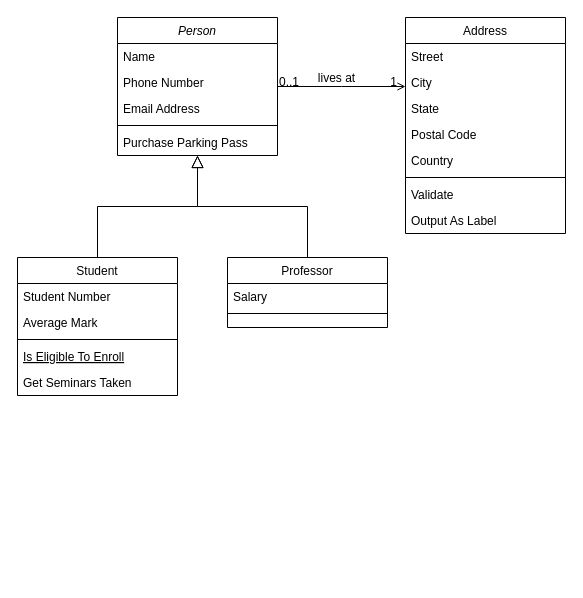
This is Untitled Diagram.drawio from mindh77/A-Star-Algorithm, a draw.io file, before an edit. Source tidied: cells renumbered, new cells numbered last; positions are measured from the earlier drawing's top-left corner, leaving out a move shared by most shapes. Both pictures are drawn from the tidied source at 100%, with x=0, y=0 at pixel (17, 17).
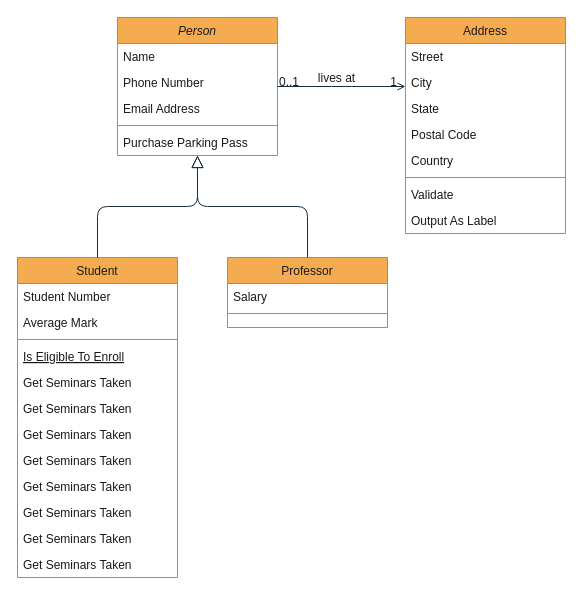
Above is the later version.

The edit, as a diff of the source:
```diff
@@
-    <mxCell id="2" value="Person" style="swimlane;fontStyle=2;align=center;verticalAlign=top;horizontal=1;startSize=26;rounded=0;shadow=0;strokeWidth=1;" parent="1" vertex="1">
+    <mxCell id="2" value="Person" style="swimlane;fontStyle=2;align=center;verticalAlign=top;horizontal=1;startSize=26;shadow=0;strokeWidth=1;fillColor=#F5AB50;strokeColor=#909090;fontColor=#1A1A1A;" parent="1" vertex="1">
       <mxGeometry x="100" width="160" height="138" as="geometry" />
     </mxCell>
-    <mxCell id="3" value="Name" style="text;align=left;verticalAlign=top;spacingLeft=4;spacingRight=4;overflow=hidden;" parent="2" vertex="1">
+    <mxCell id="3" value="Name" style="text;align=left;verticalAlign=top;spacingLeft=4;spacingRight=4;overflow=hidden;fontColor=#1A1A1A;" parent="2" vertex="1">
       <mxGeometry y="26" width="160" height="26" as="geometry" />
     </mxCell>
-    <mxCell id="4" value="Phone Number" style="text;align=left;verticalAlign=top;spacingLeft=4;spacingRight=4;overflow=hidden;rounded=0;shadow=0;html=0;" parent="2" vertex="1">
+    <mxCell id="4" value="Phone Number" style="text;align=left;verticalAlign=top;spacingLeft=4;spacingRight=4;overflow=hidden;shadow=0;html=0;fontColor=#1A1A1A;" parent="2" vertex="1">
       <mxGeometry y="52" width="160" height="26" as="geometry" />
     </mxCell>
-    <mxCell id="5" value="Email Address" style="text;align=left;verticalAlign=top;spacingLeft=4;spacingRight=4;overflow=hidden;rounded=0;shadow=0;html=0;" parent="2" vertex="1">
+    <mxCell id="5" value="Email Address" style="text;align=left;verticalAlign=top;spacingLeft=4;spacingRight=4;overflow=hidden;shadow=0;html=0;fontColor=#1A1A1A;" parent="2" vertex="1">
       <mxGeometry y="78" width="160" height="26" as="geometry" />
     </mxCell>
-    <mxCell id="6" style="line;html=1;strokeWidth=1;align=left;verticalAlign=middle;spacingTop=-1;spacingLeft=3;spacingRight=3;labelPosition=right;" parent="2" vertex="1">
+    <mxCell id="6" style="line;html=1;strokeWidth=1;align=left;verticalAlign=middle;spacingTop=-1;spacingLeft=3;spacingRight=3;labelPosition=right;fillColor=#F5AB50;strokeColor=#909090;fontColor=#1A1A1A;labelBackgroundColor=#EEEEEE;" parent="2" vertex="1">
       <mxGeometry y="104" width="160" height="8" as="geometry" />
     </mxCell>
-    <mxCell id="7" value="Purchase Parking Pass" style="text;align=left;verticalAlign=top;spacingLeft=4;spacingRight=4;overflow=hidden;" parent="2" vertex="1">
+    <mxCell id="7" value="Purchase Parking Pass" style="text;align=left;verticalAlign=top;spacingLeft=4;spacingRight=4;overflow=hidden;fontColor=#1A1A1A;" parent="2" vertex="1">
       <mxGeometry y="112" width="160" height="26" as="geometry" />
     </mxCell>
-    <mxCell id="8" value="Student" style="swimlane;fontStyle=0;align=center;verticalAlign=top;horizontal=1;startSize=26;rounded=0;shadow=0;strokeWidth=1;" parent="1" vertex="1">
-      <mxGeometry y="240" width="160" height="138" as="geometry" />
+    <mxCell id="8" value="Student" style="swimlane;fontStyle=0;align=center;verticalAlign=top;horizontal=1;startSize=26;shadow=0;strokeWidth=1;fillColor=#F5AB50;strokeColor=#909090;fontColor=#1A1A1A;" parent="1" vertex="1">
+      <mxGeometry y="240" width="160" height="320" as="geometry" />
     </mxCell>
-    <mxCell id="9" value="Student Number" style="text;align=left;verticalAlign=top;spacingLeft=4;spacingRight=4;overflow=hidden;" parent="8" vertex="1">
+    <mxCell id="9" value="Student Number" style="text;align=left;verticalAlign=top;spacingLeft=4;spacingRight=4;overflow=hidden;fontColor=#1A1A1A;" parent="8" vertex="1">
       <mxGeometry y="26" width="160" height="26" as="geometry" />
     </mxCell>
-    <mxCell id="10" value="Average Mark" style="text;align=left;verticalAlign=top;spacingLeft=4;spacingRight=4;overflow=hidden;rounded=0;shadow=0;html=0;" parent="8" vertex="1">
+    <mxCell id="10" value="Average Mark" style="text;align=left;verticalAlign=top;spacingLeft=4;spacingRight=4;overflow=hidden;shadow=0;html=0;fontColor=#1A1A1A;" parent="8" vertex="1">
       <mxGeometry y="52" width="160" height="26" as="geometry" />
     </mxCell>
-    <mxCell id="11" style="line;html=1;strokeWidth=1;align=left;verticalAlign=middle;spacingTop=-1;spacingLeft=3;spacingRight=3;labelPosition=right;" parent="8" vertex="1">
+    <mxCell id="11" style="line;html=1;strokeWidth=1;align=left;verticalAlign=middle;spacingTop=-1;spacingLeft=3;spacingRight=3;labelPosition=right;fillColor=#F5AB50;strokeColor=#909090;fontColor=#1A1A1A;labelBackgroundColor=#EEEEEE;" parent="8" vertex="1">
       <mxGeometry y="78" width="160" height="8" as="geometry" />
     </mxCell>
-    <mxCell id="12" value="Is Eligible To Enroll" style="text;align=left;verticalAlign=top;spacingLeft=4;spacingRight=4;overflow=hidden;fontStyle=4;" parent="8" vertex="1">
+    <mxCell id="12" value="Is Eligible To Enroll" style="text;align=left;verticalAlign=top;spacingLeft=4;spacingRight=4;overflow=hidden;fontStyle=4;fontColor=#1A1A1A;" parent="8" vertex="1">
       <mxGeometry y="86" width="160" height="26" as="geometry" />
     </mxCell>
-    <mxCell id="13" value="Get Seminars Taken" style="text;align=left;verticalAlign=top;spacingLeft=4;spacingRight=4;overflow=hidden;" parent="8" vertex="1">
+    <mxCell id="13" value="Get Seminars Taken" style="text;align=left;verticalAlign=top;spacingLeft=4;spacingRight=4;overflow=hidden;fontColor=#1A1A1A;" parent="8" vertex="1">
       <mxGeometry y="112" width="160" height="26" as="geometry" />
     </mxCell>
+    <mxCell id="32" value="Get Seminars Taken" style="text;align=left;verticalAlign=top;spacingLeft=4;spacingRight=4;overflow=hidden;fontColor=#1A1A1A;" parent="8" vertex="1">
+      <mxGeometry y="138" width="160" height="26" as="geometry" />
+    </mxCell>
+    <mxCell id="33" value="Get Seminars Taken" style="text;align=left;verticalAlign=top;spacingLeft=4;spacingRight=4;overflow=hidden;fontColor=#1A1A1A;" parent="8" vertex="1">
+      <mxGeometry y="164" width="160" height="26" as="geometry" />
+    </mxCell>
+    <mxCell id="34" value="Get Seminars Taken" style="text;align=left;verticalAlign=top;spacingLeft=4;spacingRight=4;overflow=hidden;fontColor=#1A1A1A;" parent="8" vertex="1">
+      <mxGeometry y="190" width="160" height="26" as="geometry" />
+    </mxCell>
+    <mxCell id="35" value="Get Seminars Taken" style="text;align=left;verticalAlign=top;spacingLeft=4;spacingRight=4;overflow=hidden;fontColor=#1A1A1A;" parent="8" vertex="1">
+      <mxGeometry y="216" width="160" height="26" as="geometry" />
+    </mxCell>
+    <mxCell id="36" value="Get Seminars Taken" style="text;align=left;verticalAlign=top;spacingLeft=4;spacingRight=4;overflow=hidden;fontColor=#1A1A1A;" parent="8" vertex="1">
+      <mxGeometry y="242" width="160" height="26" as="geometry" />
+    </mxCell>
+    <mxCell id="37" value="Get Seminars Taken" style="text;align=left;verticalAlign=top;spacingLeft=4;spacingRight=4;overflow=hidden;fontColor=#1A1A1A;" parent="8" vertex="1">
+      <mxGeometry y="268" width="160" height="26" as="geometry" />
+    </mxCell>
+    <mxCell id="38" value="Get Seminars Taken" style="text;align=left;verticalAlign=top;spacingLeft=4;spacingRight=4;overflow=hidden;fontColor=#1A1A1A;" parent="8" vertex="1">
+      <mxGeometry y="294" width="160" height="26" as="geometry" />
+    </mxCell>
-    <mxCell id="14" style="endArrow=block;endSize=10;endFill=0;shadow=0;strokeWidth=1;rounded=0;edgeStyle=elbowEdgeStyle;elbow=vertical;" parent="1" edge="1" source="8" target="2">
+    <mxCell id="14" style="endArrow=block;endSize=10;endFill=0;shadow=0;strokeWidth=1;edgeStyle=elbowEdgeStyle;elbow=vertical;strokeColor=#182E3E;fontColor=#1A1A1A;labelBackgroundColor=#EEEEEE;" parent="1" edge="1" source="8" target="2">
       <mxGeometry relative="1" as="geometry" />
     </mxCell>
-    <mxCell id="15" value="Professor" style="swimlane;fontStyle=0;align=center;verticalAlign=top;horizontal=1;startSize=26;rounded=0;shadow=0;strokeWidth=1;" parent="1" vertex="1">
+    <mxCell id="15" value="Professor" style="swimlane;fontStyle=0;align=center;verticalAlign=top;horizontal=1;startSize=26;shadow=0;strokeWidth=1;fillColor=#F5AB50;strokeColor=#909090;fontColor=#1A1A1A;" parent="1" vertex="1">
       <mxGeometry x="210" y="240" width="160" height="70" as="geometry" />
     </mxCell>
-    <mxCell id="16" value="Salary" style="text;align=left;verticalAlign=top;spacingLeft=4;spacingRight=4;overflow=hidden;" parent="15" vertex="1">
+    <mxCell id="16" value="Salary" style="text;align=left;verticalAlign=top;spacingLeft=4;spacingRight=4;overflow=hidden;fontColor=#1A1A1A;" parent="15" vertex="1">
       <mxGeometry y="26" width="160" height="26" as="geometry" />
     </mxCell>
-    <mxCell id="17" style="line;html=1;strokeWidth=1;align=left;verticalAlign=middle;spacingTop=-1;spacingLeft=3;spacingRight=3;labelPosition=right;" parent="15" vertex="1">
+    <mxCell id="17" style="line;html=1;strokeWidth=1;align=left;verticalAlign=middle;spacingTop=-1;spacingLeft=3;spacingRight=3;labelPosition=right;fillColor=#F5AB50;strokeColor=#909090;fontColor=#1A1A1A;labelBackgroundColor=#EEEEEE;" parent="15" vertex="1">
       <mxGeometry y="52" width="160" height="8" as="geometry" />
     </mxCell>
-    <mxCell id="18" style="endArrow=block;endSize=10;endFill=0;shadow=0;strokeWidth=1;rounded=0;edgeStyle=elbowEdgeStyle;elbow=vertical;" parent="1" edge="1" source="15" target="2">
+    <mxCell id="18" style="endArrow=block;endSize=10;endFill=0;shadow=0;strokeWidth=1;edgeStyle=elbowEdgeStyle;elbow=vertical;strokeColor=#182E3E;fontColor=#1A1A1A;labelBackgroundColor=#EEEEEE;" parent="1" edge="1" source="15" target="2">
       <mxGeometry relative="1" as="geometry" />
     </mxCell>
-    <mxCell id="19" value="Address" style="swimlane;fontStyle=0;align=center;verticalAlign=top;horizontal=1;startSize=26;rounded=0;shadow=0;strokeWidth=1;" parent="1" vertex="1">
+    <mxCell id="19" value="Address" style="swimlane;fontStyle=0;align=center;verticalAlign=top;horizontal=1;startSize=26;shadow=0;strokeWidth=1;fillColor=#F5AB50;strokeColor=#909090;fontColor=#1A1A1A;" parent="1" vertex="1">
       <mxGeometry x="388" width="160" height="216" as="geometry" />
     </mxCell>
-    <mxCell id="20" value="Street" style="text;align=left;verticalAlign=top;spacingLeft=4;spacingRight=4;overflow=hidden;" parent="19" vertex="1">
+    <mxCell id="20" value="Street" style="text;align=left;verticalAlign=top;spacingLeft=4;spacingRight=4;overflow=hidden;fontColor=#1A1A1A;" parent="19" vertex="1">
       <mxGeometry y="26" width="160" height="26" as="geometry" />
     </mxCell>
-    <mxCell id="21" value="City" style="text;align=left;verticalAlign=top;spacingLeft=4;spacingRight=4;overflow=hidden;rounded=0;shadow=0;html=0;" parent="19" vertex="1">
+    <mxCell id="21" value="City" style="text;align=left;verticalAlign=top;spacingLeft=4;spacingRight=4;overflow=hidden;shadow=0;html=0;fontColor=#1A1A1A;" parent="19" vertex="1">
       <mxGeometry y="52" width="160" height="26" as="geometry" />
     </mxCell>
-    <mxCell id="22" value="State" style="text;align=left;verticalAlign=top;spacingLeft=4;spacingRight=4;overflow=hidden;rounded=0;shadow=0;html=0;" parent="19" vertex="1">
+    <mxCell id="22" value="State" style="text;align=left;verticalAlign=top;spacingLeft=4;spacingRight=4;overflow=hidden;shadow=0;html=0;fontColor=#1A1A1A;" parent="19" vertex="1">
       <mxGeometry y="78" width="160" height="26" as="geometry" />
     </mxCell>
-    <mxCell id="23" value="Postal Code" style="text;align=left;verticalAlign=top;spacingLeft=4;spacingRight=4;overflow=hidden;rounded=0;shadow=0;html=0;" parent="19" vertex="1">
+    <mxCell id="23" value="Postal Code" style="text;align=left;verticalAlign=top;spacingLeft=4;spacingRight=4;overflow=hidden;shadow=0;html=0;fontColor=#1A1A1A;" parent="19" vertex="1">
       <mxGeometry y="104" width="160" height="26" as="geometry" />
     </mxCell>
-    <mxCell id="24" value="Country" style="text;align=left;verticalAlign=top;spacingLeft=4;spacingRight=4;overflow=hidden;rounded=0;shadow=0;html=0;" parent="19" vertex="1">
+    <mxCell id="24" value="Country" style="text;align=left;verticalAlign=top;spacingLeft=4;spacingRight=4;overflow=hidden;shadow=0;html=0;fontColor=#1A1A1A;" parent="19" vertex="1">
       <mxGeometry y="130" width="160" height="26" as="geometry" />
     </mxCell>
-    <mxCell id="25" style="line;html=1;strokeWidth=1;align=left;verticalAlign=middle;spacingTop=-1;spacingLeft=3;spacingRight=3;labelPosition=right;" parent="19" vertex="1">
+    <mxCell id="25" style="line;html=1;strokeWidth=1;align=left;verticalAlign=middle;spacingTop=-1;spacingLeft=3;spacingRight=3;labelPosition=right;fillColor=#F5AB50;strokeColor=#909090;fontColor=#1A1A1A;labelBackgroundColor=#EEEEEE;" parent="19" vertex="1">
       <mxGeometry y="156" width="160" height="8" as="geometry" />
     </mxCell>
-    <mxCell id="26" value="Validate" style="text;align=left;verticalAlign=top;spacingLeft=4;spacingRight=4;overflow=hidden;" parent="19" vertex="1">
+    <mxCell id="26" value="Validate" style="text;align=left;verticalAlign=top;spacingLeft=4;spacingRight=4;overflow=hidden;fontColor=#1A1A1A;" parent="19" vertex="1">
       <mxGeometry y="164" width="160" height="26" as="geometry" />
     </mxCell>
-    <mxCell id="27" value="Output As Label" style="text;align=left;verticalAlign=top;spacingLeft=4;spacingRight=4;overflow=hidden;" parent="19" vertex="1">
+    <mxCell id="27" value="Output As Label" style="text;align=left;verticalAlign=top;spacingLeft=4;spacingRight=4;overflow=hidden;fontColor=#1A1A1A;" parent="19" vertex="1">
       <mxGeometry y="190" width="160" height="26" as="geometry" />
     </mxCell>
-    <mxCell id="28" style="endArrow=open;shadow=0;strokeWidth=1;rounded=0;endFill=1;edgeStyle=elbowEdgeStyle;elbow=vertical;" parent="1" edge="1" source="2" target="19">
+    <mxCell id="28" style="endArrow=open;shadow=0;strokeWidth=1;endFill=1;edgeStyle=elbowEdgeStyle;elbow=vertical;strokeColor=#182E3E;fontColor=#1A1A1A;labelBackgroundColor=#EEEEEE;" parent="1" edge="1" source="2" target="19">
       <mxGeometry x="0.5" y="41" relative="1" as="geometry">
         <mxPoint x="-40" y="32" as="offset" />
       </mxGeometry>
     </mxCell>
-    <mxCell id="29" value="0..1" style="align=left;verticalAlign=bottom;labelBackgroundColor=none;fontSize=12;" parent="28" vertex="1">
+    <mxCell id="29" value="0..1" style="align=left;verticalAlign=bottom;labelBackgroundColor=none;fontSize=12;fillColor=#F5AB50;strokeColor=#909090;fontColor=#1A1A1A;" parent="28" vertex="1">
       <mxGeometry x="-1" relative="1" as="geometry">
         <mxPoint y="4" as="offset" />
       </mxGeometry>
     </mxCell>
-    <mxCell id="30" value="1" style="align=right;verticalAlign=bottom;labelBackgroundColor=none;fontSize=12;" parent="28" vertex="1">
+    <mxCell id="30" value="1" style="align=right;verticalAlign=bottom;labelBackgroundColor=none;fontSize=12;fillColor=#F5AB50;strokeColor=#909090;fontColor=#1A1A1A;" parent="28" vertex="1">
       <mxGeometry x="1" relative="1" as="geometry">
         <mxPoint x="-7" y="4" as="offset" />
       </mxGeometry>
     </mxCell>
-    <mxCell id="31" value="lives at" style="text;html=1;align=center;verticalAlign=middle;labelBackgroundColor=none;rounded=0;shadow=0;strokeWidth=1;fontSize=12;" parent="28" vertex="1">
+    <mxCell id="31" value="lives at" style="text;html=1;align=center;verticalAlign=middle;labelBackgroundColor=none;shadow=0;strokeWidth=1;fontSize=12;fontColor=#1A1A1A;" parent="28" vertex="1">
       <mxGeometry x="0.5" y="49" relative="1" as="geometry">
         <mxPoint x="-38" y="40" as="offset" />
       </mxGeometry>
     </mxCell>
```
